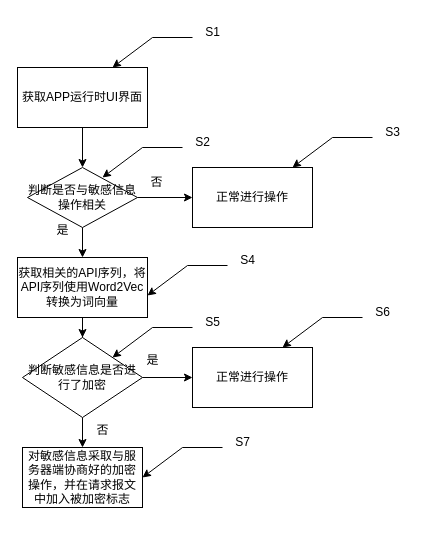
This is 装置工作流程图.drawio from zqc-hhg/For-Picgo, a draw.io file, before an edit. Source tidied: cells renumbered, new cells numbered last; positions are measured from the earlier drawing's top-left corner, leaving out a move shared by most shapes. Both pictures are drawn from the tidied source at 100%, with x=0, y=0 at pixel (17, 17).
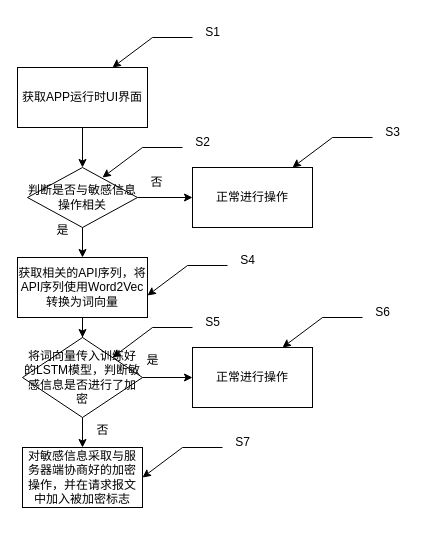
Above is the later version.

Commit message (it also covers changes not shown here):
更新装置工作流程图.drawio

Change to the diagram source:
```diff
@@
-    <mxCell id="14" value="&lt;p class=&quot;MsoNormal&quot;&gt;判断敏感信息是否进行了加密&lt;/p&gt;" style="rhombus;whiteSpace=wrap;html=1;" parent="1" vertex="1">
+    <mxCell id="14" value="&lt;p class=&quot;MsoNormal&quot;&gt;将词向量传入训练好的LSTM模型，判断敏感信息是否进行了加密&lt;/p&gt;" style="rhombus;whiteSpace=wrap;html=1;" parent="1" vertex="1">
       <mxGeometry x="5" y="320" width="120" height="80" as="geometry" />
     </mxCell>
```
